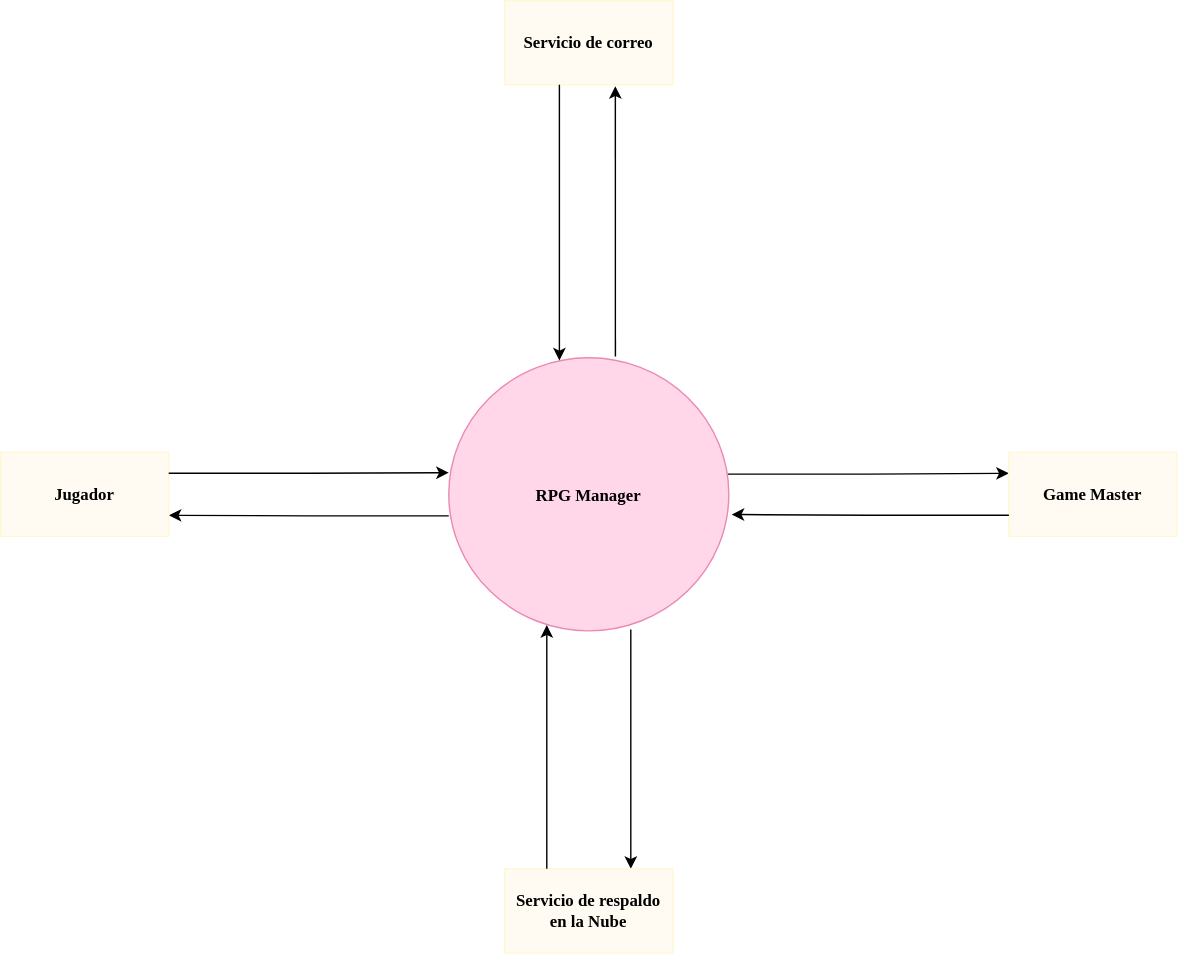
Before: diagramas-drawio/01_contexto_rpg.drawio.svg, a diagram exported from draw.io (stephannynayleth01-coder/DRAW.IO_AS). Source tidied: cells renumbered, new cells last; positions are measured from the earlier drawing's top-left corner, leaving out a move shared by most shapes. The source it was exported from:
```xml
<mxGraphModel>
  <root>
    <mxCell id="0" />
    <mxCell id="1" parent="0" />
    <mxCell id="2" style="edgeStyle=orthogonalEdgeStyle;rounded=0;jettySize=auto;html=1;exitX=0;exitY=0.579;exitDx=0;exitDy=0;entryX=1;entryY=0.75;entryDx=0;entryDy=0;defaultLabelBackgroundColor=page;exitPerimeter=0;" parent="1" edge="1" source="6" target="7">
      <mxGeometry relative="1" as="geometry" />
    </mxCell>
    <mxCell id="3" style="edgeStyle=orthogonalEdgeStyle;rounded=0;jettySize=auto;html=1;exitX=0.595;exitY=-0.005;exitDx=0;exitDy=0;entryX=0.658;entryY=1.017;entryDx=0;entryDy=0;defaultLabelBackgroundColor=page;exitPerimeter=0;entryPerimeter=0;" parent="1" edge="1" source="6" target="10">
      <mxGeometry x="0.11" relative="1" as="geometry" />
    </mxCell>
    <mxCell id="4" style="edgeStyle=orthogonalEdgeStyle;rounded=0;jettySize=auto;html=1;exitX=0.995;exitY=0.426;exitDx=0;exitDy=0;entryX=0;entryY=0.25;entryDx=0;entryDy=0;defaultLabelBackgroundColor=page;exitPerimeter=0;" parent="1" edge="1" source="6" target="8">
      <mxGeometry x="-0.07" relative="1" as="geometry" />
    </mxCell>
    <mxCell id="5" style="edgeStyle=orthogonalEdgeStyle;rounded=0;jettySize=auto;html=1;exitX=0.65;exitY=0.995;exitDx=0;exitDy=0;entryX=0.75;entryY=0;entryDx=0;entryDy=0;defaultLabelBackgroundColor=page;exitPerimeter=0;" parent="1" edge="1" source="6" target="9">
      <mxGeometry relative="1" as="geometry" />
    </mxCell>
    <mxCell id="6" value="&lt;font face=&quot;Georgia&quot;&gt;&lt;b&gt;RPG Manager&lt;/b&gt;&lt;/font&gt;" style="ellipse;whiteSpace=wrap;html=1;shapeInside=1;fillColor=#FFD7E9;strokeColor=#EB89B5;" parent="1" vertex="1">
      <mxGeometry x="320" y="255" width="200" height="195" as="geometry" />
    </mxCell>
    <mxCell id="7" value="&lt;font face=&quot;Georgia&quot;&gt;&lt;b&gt;Jugador&lt;/b&gt;&lt;/font&gt;" style="rounded=0;whiteSpace=wrap;html=1;fillColor=#FFFBF3;strokeColor=#FFF8D2;" parent="1" vertex="1">
      <mxGeometry y="322.5" width="120" height="60" as="geometry" />
    </mxCell>
    <mxCell id="8" value="&lt;font face=&quot;Georgia&quot;&gt;&lt;b&gt;Game Master&lt;/b&gt;&lt;/font&gt;" style="rounded=0;whiteSpace=wrap;html=1;fillColor=#FFFBF3;strokeColor=#FFF8D2;" parent="1" vertex="1">
      <mxGeometry x="720" y="322.5" width="120" height="60" as="geometry" />
    </mxCell>
    <mxCell id="9" value="&lt;font face=&quot;Georgia&quot;&gt;&lt;b&gt;Servicio de respaldo en la Nube&lt;/b&gt;&lt;/font&gt;" style="rounded=0;whiteSpace=wrap;html=1;fillColor=#FFFBF3;strokeColor=#FFF8D2;" parent="1" vertex="1">
      <mxGeometry x="360" y="620" width="120" height="60" as="geometry" />
    </mxCell>
    <mxCell id="10" value="&lt;font face=&quot;Georgia&quot;&gt;&lt;b&gt;Servicio de correo&lt;/b&gt;&lt;/font&gt;" style="rounded=0;whiteSpace=wrap;html=1;fillColor=#FFFBF3;strokeColor=#FFF8D2;" parent="1" vertex="1">
      <mxGeometry x="360" width="120" height="60" as="geometry" />
    </mxCell>
    <mxCell id="11" style="edgeStyle=orthogonalEdgeStyle;rounded=0;jettySize=auto;html=1;exitX=1;exitY=0.25;exitDx=0;exitDy=0;entryX=0;entryY=0.421;entryDx=0;entryDy=0;entryPerimeter=0;defaultLabelBackgroundColor=page;" parent="1" edge="1" source="7" target="6">
      <mxGeometry relative="1" as="geometry" />
    </mxCell>
    <mxCell id="12" style="edgeStyle=orthogonalEdgeStyle;rounded=0;jettySize=auto;html=1;exitX=0.325;exitY=1;exitDx=0;exitDy=0;entryX=0.395;entryY=0.01;entryDx=0;entryDy=0;entryPerimeter=0;defaultLabelBackgroundColor=page;exitPerimeter=0;" parent="1" edge="1" source="10" target="6">
      <mxGeometry relative="1" as="geometry" />
    </mxCell>
    <mxCell id="13" style="edgeStyle=orthogonalEdgeStyle;rounded=0;jettySize=auto;html=1;exitX=0;exitY=0.75;exitDx=0;exitDy=0;entryX=1.01;entryY=0.574;entryDx=0;entryDy=0;entryPerimeter=0;defaultLabelBackgroundColor=page;" parent="1" edge="1" source="8" target="6">
      <mxGeometry relative="1" as="geometry" />
    </mxCell>
    <mxCell id="14" style="edgeStyle=orthogonalEdgeStyle;rounded=0;jettySize=auto;html=1;exitX=0.25;exitY=0;exitDx=0;exitDy=0;entryX=0.35;entryY=0.979;entryDx=0;entryDy=0;entryPerimeter=0;defaultLabelBackgroundColor=page;" parent="1" edge="1" source="9" target="6">
      <mxGeometry relative="1" as="geometry" />
    </mxCell>
  </root>
</mxGraphModel>
```
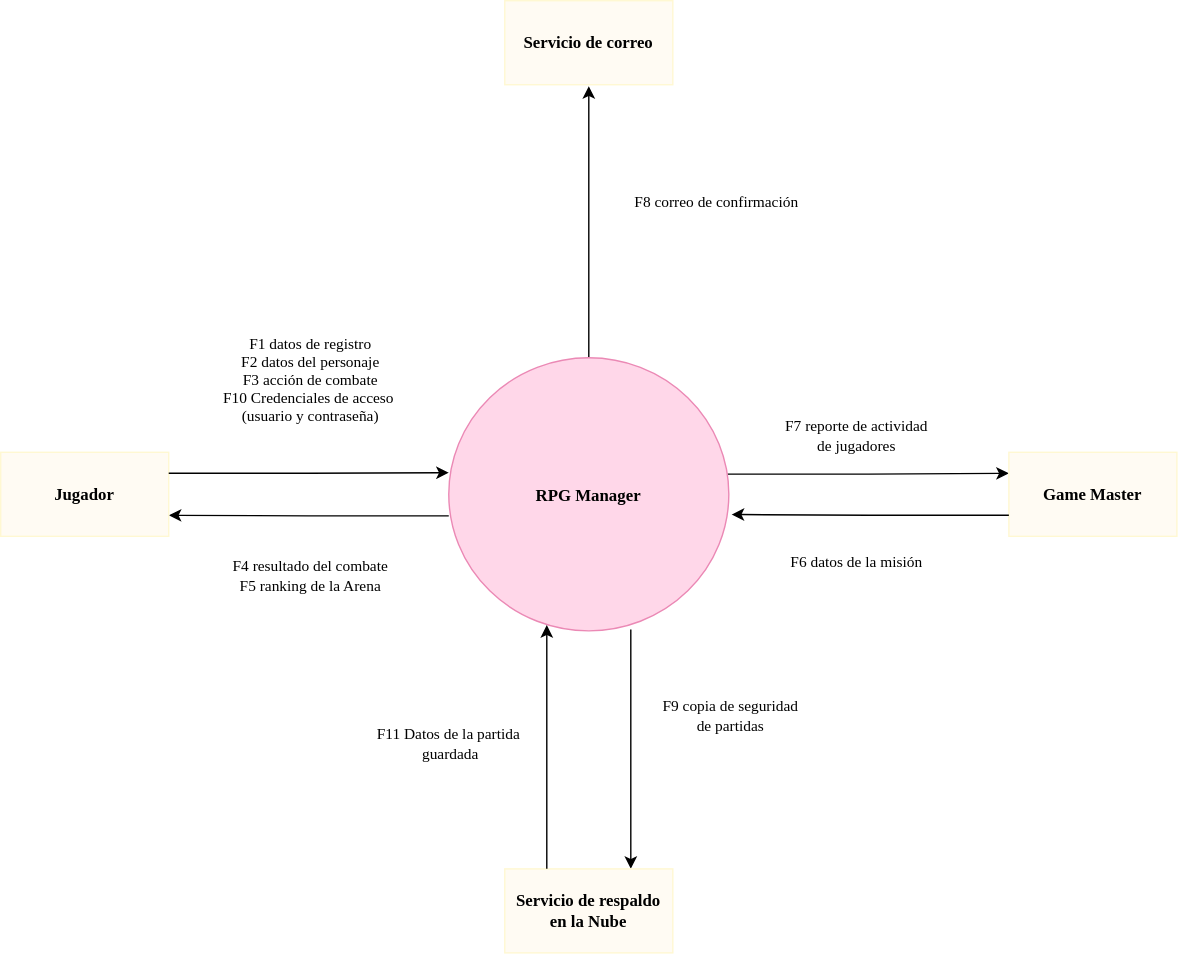
The same file after the commit.

What changed in the source:
```diff
@@ -5,8 +5,10 @@
     <mxCell id="2" style="edgeStyle=orthogonalEdgeStyle;rounded=0;jettySize=auto;html=1;exitX=0;exitY=0.579;exitDx=0;exitDy=0;entryX=1;entryY=0.75;entryDx=0;entryDy=0;defaultLabelBackgroundColor=page;exitPerimeter=0;" parent="1" edge="1" source="6" target="7">
       <mxGeometry relative="1" as="geometry" />
     </mxCell>
-    <mxCell id="3" style="edgeStyle=orthogonalEdgeStyle;rounded=0;jettySize=auto;html=1;exitX=0.595;exitY=-0.005;exitDx=0;exitDy=0;entryX=0.658;entryY=1.017;entryDx=0;entryDy=0;defaultLabelBackgroundColor=page;exitPerimeter=0;entryPerimeter=0;" parent="1" edge="1" source="6" target="10">
-      <mxGeometry x="0.11" relative="1" as="geometry" />
+    <mxCell id="3" style="edgeStyle=orthogonalEdgeStyle;rounded=0;jettySize=auto;html=1;exitX=0.5;exitY=0;exitDx=0;exitDy=0;defaultLabelBackgroundColor=page;" parent="1" edge="1" source="6">
+      <mxGeometry x="0.19" relative="1" as="geometry">
+        <mxPoint x="420" y="61" as="targetPoint" />
+      </mxGeometry>
     </mxCell>
     <mxCell id="4" style="edgeStyle=orthogonalEdgeStyle;rounded=0;jettySize=auto;html=1;exitX=0.995;exitY=0.426;exitDx=0;exitDy=0;entryX=0;entryY=0.25;entryDx=0;entryDy=0;defaultLabelBackgroundColor=page;exitPerimeter=0;" parent="1" edge="1" source="6" target="8">
       <mxGeometry x="-0.07" relative="1" as="geometry" />
@@ -32,9 +34,41 @@
     <mxCell id="11" style="edgeStyle=orthogonalEdgeStyle;rounded=0;jettySize=auto;html=1;exitX=1;exitY=0.25;exitDx=0;exitDy=0;entryX=0;entryY=0.421;entryDx=0;entryDy=0;entryPerimeter=0;defaultLabelBackgroundColor=page;" parent="1" edge="1" source="7" target="6">
       <mxGeometry relative="1" as="geometry" />
     </mxCell>
-    <mxCell id="12" style="edgeStyle=orthogonalEdgeStyle;rounded=0;jettySize=auto;html=1;exitX=0.325;exitY=1;exitDx=0;exitDy=0;entryX=0.395;entryY=0.01;entryDx=0;entryDy=0;entryPerimeter=0;defaultLabelBackgroundColor=page;exitPerimeter=0;" parent="1" edge="1" source="10" target="6">
-      <mxGeometry relative="1" as="geometry" />
-    </mxCell>
+    <mxCell id="15" value="&lt;div&gt;&lt;font face=&quot;Georgia&quot;&gt;F1 datos de registro&lt;/font&gt;&lt;/div&gt;&lt;div&gt;&lt;font face=&quot;Georgia&quot;&gt;F2 datos del personaje&lt;/font&gt;&lt;/div&gt;&lt;div&gt;&lt;font face=&quot;Georgia&quot;&gt;F3 acción de combate&lt;/font&gt;&lt;/div&gt;&lt;div&gt;&lt;font face=&quot;Georgia&quot;&gt;F10&amp;nbsp;&lt;/font&gt;&lt;span style=&quot;background-color: transparent;&quot;&gt;&lt;font face=&quot;Georgia&quot;&gt;Credenciales de acceso&amp;nbsp;&lt;/font&gt;&lt;/span&gt;&lt;/div&gt;&lt;div&gt;&lt;span style=&quot;background-color: transparent;&quot;&gt;&lt;font face=&quot;Georgia&quot;&gt;(usuario y contraseña)&lt;/font&gt;&lt;/span&gt;&lt;/div&gt;" style="edgeLabel;html=1;align=center;verticalAlign=middle;inheritText=1;defaultLabelBackgroundColor=page;" parent="11" vertex="1">
+      <mxGeometry x="-0.8" y="-1" relative="1" as="geometry">
+        <mxPoint x="80" y="-68" as="offset" />
+      </mxGeometry>
+    </mxCell>
+    <mxCell id="16" value="&lt;div&gt;&lt;div&gt;&lt;font face=&quot;Georgia&quot;&gt;F4 resultado del combate&lt;/font&gt;&lt;/div&gt;&lt;div&gt;&lt;font face=&quot;Georgia&quot;&gt;F5 ranking de la Arena&lt;/font&gt;&lt;/div&gt;&lt;/div&gt;" style="edgeLabel;html=1;align=center;verticalAlign=middle;inheritText=1;defaultLabelBackgroundColor=page;" parent="11" vertex="1">
+      <mxGeometry x="-0.8" y="-1" relative="1" as="geometry">
+        <mxPoint x="80" y="72" as="offset" />
+      </mxGeometry>
+    </mxCell>
+    <mxCell id="17" value="&lt;font face=&quot;Georgia&quot;&gt;F8 correo de confirmación&lt;/font&gt;&lt;div&gt;&lt;font face=&quot;Georgia&quot;&gt;&lt;br&gt;&lt;/font&gt;&lt;/div&gt;" style="edgeLabel;html=1;align=center;verticalAlign=middle;inheritText=1;defaultLabelBackgroundColor=page;" parent="11" vertex="1">
+      <mxGeometry x="-0.8" y="-1" relative="1" as="geometry">
+        <mxPoint x="370" y="-188" as="offset" />
+      </mxGeometry>
+    </mxCell>
+    <mxCell id="18" value="&lt;div&gt;&lt;font face=&quot;Georgia&quot;&gt;&lt;div&gt;F9 copia de seguridad&lt;/div&gt;&lt;div&gt;de partidas&lt;/div&gt;&lt;/font&gt;&lt;/div&gt;" style="edgeLabel;html=1;align=center;verticalAlign=middle;inheritText=1;defaultLabelBackgroundColor=page;" parent="11" vertex="1">
+      <mxGeometry x="-0.8" y="-1" relative="1" as="geometry">
+        <mxPoint x="380" y="172" as="offset" />
+      </mxGeometry>
+    </mxCell>
+    <mxCell id="19" value="&lt;font face=&quot;Georgia&quot;&gt;&lt;div&gt;F11 Datos de la partida&amp;nbsp;&lt;/div&gt;&lt;div&gt;guardada&lt;/div&gt;&lt;/font&gt;" style="edgeLabel;html=1;align=center;verticalAlign=middle;inheritText=1;defaultLabelBackgroundColor=page;" parent="11" vertex="1">
+      <mxGeometry x="-0.8" y="-1" relative="1" as="geometry">
+        <mxPoint x="180" y="192" as="offset" />
+      </mxGeometry>
+    </mxCell>
+    <mxCell id="20" value="&lt;font face=&quot;Georgia&quot;&gt;&lt;div&gt;F7 reporte de actividad&lt;/div&gt;&lt;div&gt;de jugadores&lt;/div&gt;&lt;/font&gt;" style="edgeLabel;html=1;align=center;verticalAlign=middle;inheritText=1;defaultLabelBackgroundColor=page;" parent="11" vertex="1">
+      <mxGeometry x="-0.8" y="-1" relative="1" as="geometry">
+        <mxPoint x="470" y="-28" as="offset" />
+      </mxGeometry>
+    </mxCell>
+    <mxCell id="21" value="&lt;font face=&quot;Georgia&quot;&gt;F6 datos de la misión&lt;/font&gt;" style="edgeLabel;html=1;align=center;verticalAlign=middle;inheritText=1;defaultLabelBackgroundColor=page;" parent="11" vertex="1">
+      <mxGeometry x="-0.8" y="-1" relative="1" as="geometry">
+        <mxPoint x="470" y="62" as="offset" />
+      </mxGeometry>
+    </mxCell>
     <mxCell id="13" style="edgeStyle=orthogonalEdgeStyle;rounded=0;jettySize=auto;html=1;exitX=0;exitY=0.75;exitDx=0;exitDy=0;entryX=1.01;entryY=0.574;entryDx=0;entryDy=0;entryPerimeter=0;defaultLabelBackgroundColor=page;" parent="1" edge="1" source="8" target="6">
       <mxGeometry relative="1" as="geometry" />
     </mxCell>
```
